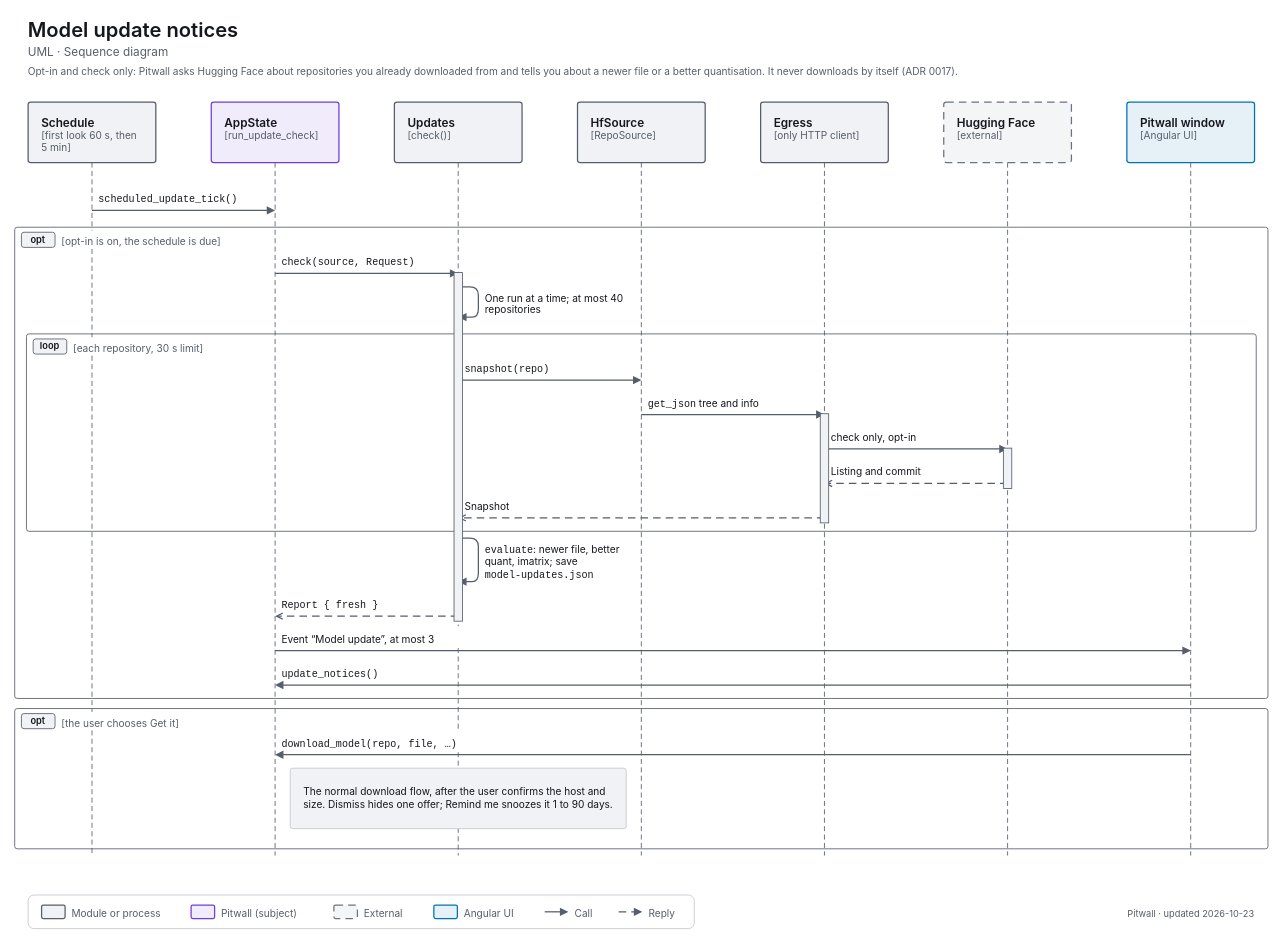
Before: apps/pitwall/docs/diagrams/uml-seq-update-check.drawio in decryp7/paddock, a draw.io diagram. Source tidied: cells renumbered, new cells numbered last; positions are measured from the earlier drawing's top-left corner, leaving out a move shared by most shapes. Both pictures are drawn from the tidied source at 84%, with x=0, y=0 at pixel (14, 14).
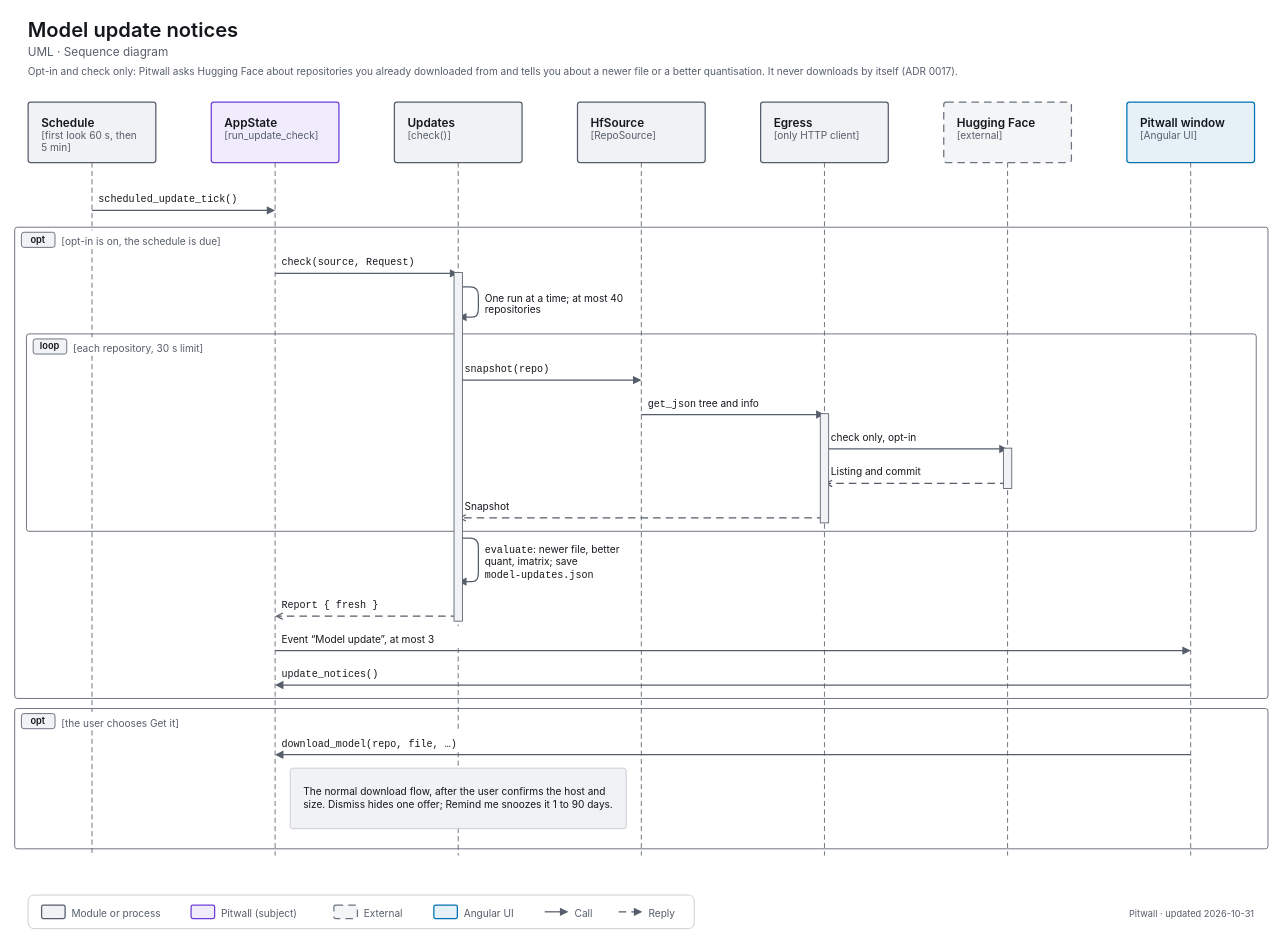
The same page after the edit.

The edit, as a diff of the source:
```diff
@@
-    <mxCell id="76" value="&lt;span style=&quot;font-size:11px;font-weight:400&quot;&gt;Pitwall · updated 2026-10-23&lt;/span&gt;" style="html=1;whiteSpace=wrap;fontFamily=-apple-system,BlinkMacSystemFont,Segoe UI,system-ui,sans-serif;fontSize=12;fontColor=light-dark(#14171C,#ECEEF1);text;strokeColor=none;fillColor=none;align=right;verticalAlign=top;spacing=0;fontColor=light-dark(#565E6B,#A0A7B2);" parent="1" vertex="1">
+    <mxCell id="76" value="&lt;span style=&quot;font-size:11px;font-weight:400&quot;&gt;Pitwall · updated 2026-10-31&lt;/span&gt;" style="html=1;whiteSpace=wrap;fontFamily=-apple-system,BlinkMacSystemFont,Segoe UI,system-ui,sans-serif;fontSize=12;fontColor=light-dark(#14171C,#ECEEF1);text;strokeColor=none;fillColor=none;align=right;verticalAlign=top;spacing=0;fontColor=light-dark(#565E6B,#A0A7B2);" parent="1" vertex="1">
       <mxGeometry x="1116" y="1059" width="360" height="18" as="geometry" />
     </mxCell>
```
